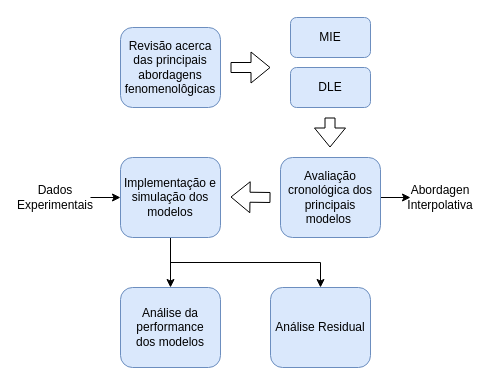
Above: SAPCT diagram.drawio in igcampos/Mestrado (draw.io), before the change. Source tidied: cells renumbered, new cells numbered last; positions are measured from the earlier drawing's top-left corner, leaving out a move shared by most shapes. Both pictures are drawn from the tidied source at 100%, with x=0, y=0 at pixel (20, 17).
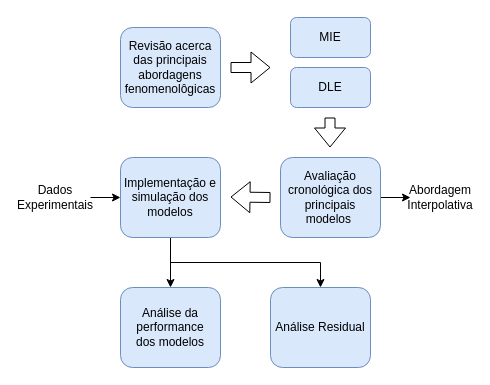
Above is the later version.

The edit, as a diff of the source:
```diff
@@
-    <mxCell id="13" value="Abordagen Interpolativa" style="text;html=1;strokeColor=none;fillColor=none;align=center;verticalAlign=middle;whiteSpace=wrap;rounded=0;" parent="1" vertex="1">
+    <mxCell id="13" value="Abordagem Interpolativa" style="text;html=1;strokeColor=none;fillColor=none;align=center;verticalAlign=middle;whiteSpace=wrap;rounded=0;" parent="1" vertex="1">
       <mxGeometry x="390" y="165" width="60" height="30" as="geometry" />
     </mxCell>
```
